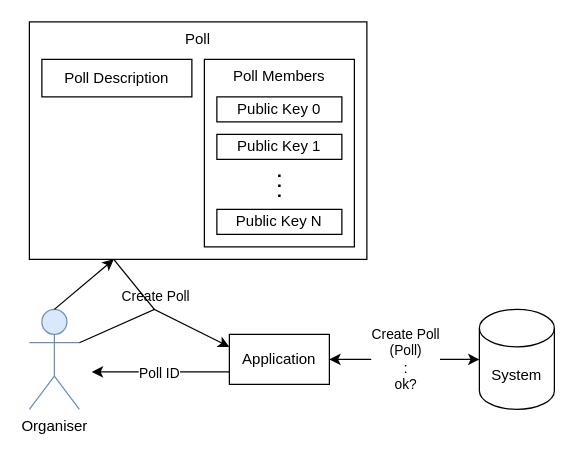
The draw.io diagram page "Page-4" (4 of 9) of docs/diag2.drawio in Dataram57/zkVoting, before the edit. Source tidied: cells renumbered, new cells numbered last; positions are measured from the earlier drawing's top-left corner, leaving out a move shared by most shapes. Both pictures are drawn from the tidied source at 125%, with x=0, y=0 at pixel (29, 21).
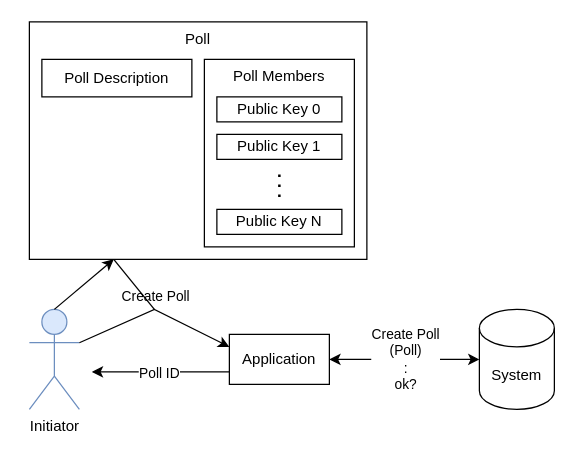
After the change.

What changed in the source:
```diff
@@
-    <mxCell id="2" value="Organiser" style="shape=umlActor;verticalLabelPosition=bottom;verticalAlign=top;html=1;outlineConnect=0;fillColor=#dae8fc;strokeColor=#6c8ebf;" parent="1" vertex="1">
+    <mxCell id="2" value="Initiator" style="shape=umlActor;verticalLabelPosition=bottom;verticalAlign=top;html=1;outlineConnect=0;fillColor=#dae8fc;strokeColor=#6c8ebf;" parent="1" vertex="1">
       <mxGeometry y="230" width="40" height="80" as="geometry" />
     </mxCell>
```
